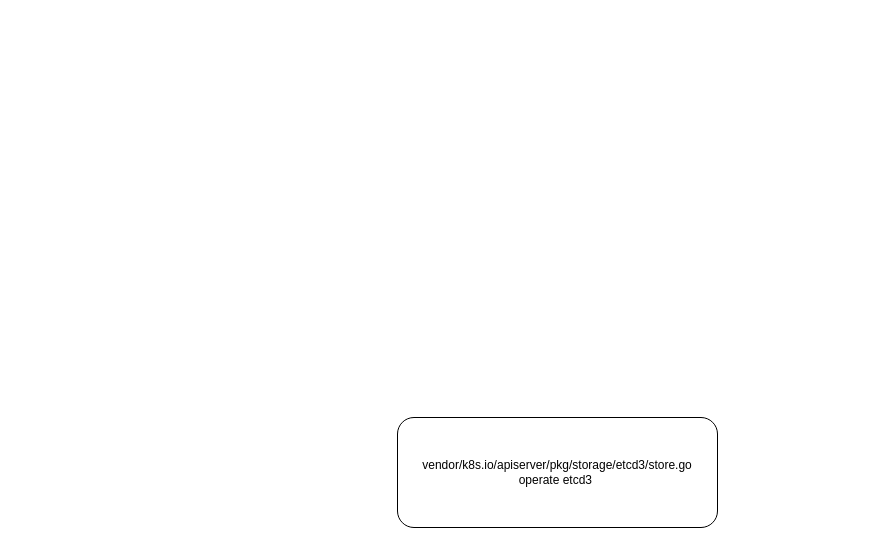
Before: kubernetes/Untitled Diagram.drawio in bjqhfd/draw, a draw.io diagram. Source tidied: cells renumbered, new cells numbered last; positions are measured from the earlier drawing's top-left corner, leaving out a move shared by most shapes. Both pictures are drawn from the tidied source at 100%, with x=0, y=0 at pixel (397, 417).
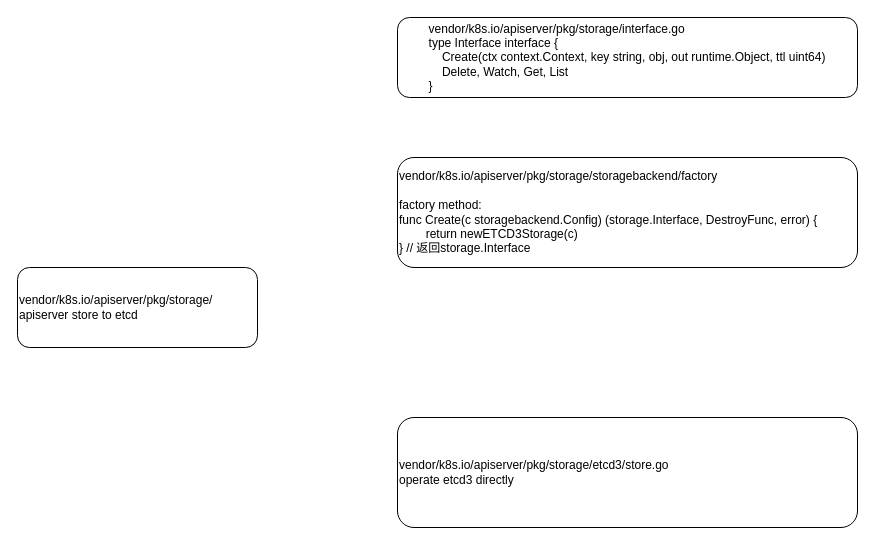
The same diagram, later.

Diff of the diagram source:
```diff
@@
 <mxGraphModel>
   <root>
     <mxCell id="0" />
     <mxCell id="1" parent="0" />
-    <mxCell id="2" value="vendor/k8s.io/apiserver/pkg/storage/etcd3/store.go&lt;br&gt;operate etcd3&amp;nbsp;" style="rounded=1;whiteSpace=wrap;html=1;" parent="1" vertex="1">
-      <mxGeometry width="320" height="110" as="geometry" />
+    <mxCell id="2" value="vendor/k8s.io/apiserver/pkg/storage/etcd3/store.go&lt;br&gt;operate etcd3 directly" style="rounded=1;whiteSpace=wrap;html=1;align=left;" parent="1" vertex="1">
+      <mxGeometry width="460" height="110" as="geometry" />
     </mxCell>
+    <mxCell id="3" value="vendor/k8s.io/apiserver/pkg/storage/&lt;br&gt;apiserver store to etcd" style="rounded=1;whiteSpace=wrap;html=1;align=left;" parent="1" vertex="1">
+      <mxGeometry x="-380" y="-150" width="240" height="80" as="geometry" />
+    </mxCell>
+    <mxCell id="4" value="vendor/k8s.io/apiserver/pkg/storage/storagebackend/factory&lt;br&gt;&lt;br&gt;factory method:&amp;nbsp;&lt;br&gt;&lt;div&gt;func Create(c storagebackend.Config) (storage.Interface, DestroyFunc, error) {&lt;/div&gt;&lt;div&gt;&lt;span&gt;&lt;/span&gt;&amp;nbsp; &amp;nbsp; &amp;nbsp; &amp;nbsp; return newETCD3Storage(c)&lt;/div&gt;&lt;div&gt;} // 返回storage.Interface&lt;/div&gt;" style="rounded=1;whiteSpace=wrap;html=1;align=left;" parent="1" vertex="1">
+      <mxGeometry y="-260" width="460" height="110" as="geometry" />
+    </mxCell>
+    <mxCell id="5" value="&lt;div style=&quot;text-align: left&quot;&gt;&lt;span&gt;vendor/k8s.io/apiserver/pkg/storage/interface.go&lt;/span&gt;&lt;/div&gt;&lt;div style=&quot;text-align: left&quot;&gt;&lt;span&gt;type Interface interface {&lt;/span&gt;&lt;/div&gt;&lt;div style=&quot;text-align: left&quot;&gt;&lt;span&gt;&amp;nbsp; &amp;nbsp; Create(ctx context.Context, key string, obj, out runtime.Object, ttl uint64)&lt;/span&gt;&lt;/div&gt;&lt;div style=&quot;text-align: left&quot;&gt;&lt;span&gt;&amp;nbsp; &amp;nbsp; Delete,&amp;nbsp;&lt;/span&gt;&lt;span&gt;Watch,&amp;nbsp;&lt;/span&gt;&lt;span&gt;Get,&amp;nbsp;&lt;/span&gt;&lt;span&gt;List&lt;/span&gt;&lt;/div&gt;&lt;div style=&quot;text-align: left&quot;&gt;&lt;span&gt;}&lt;/span&gt;&lt;/div&gt;" style="rounded=1;whiteSpace=wrap;html=1;" parent="1" vertex="1">
+      <mxGeometry y="-400" width="460" height="80" as="geometry" />
+    </mxCell>
   </root>
 </mxGraphModel>
```
